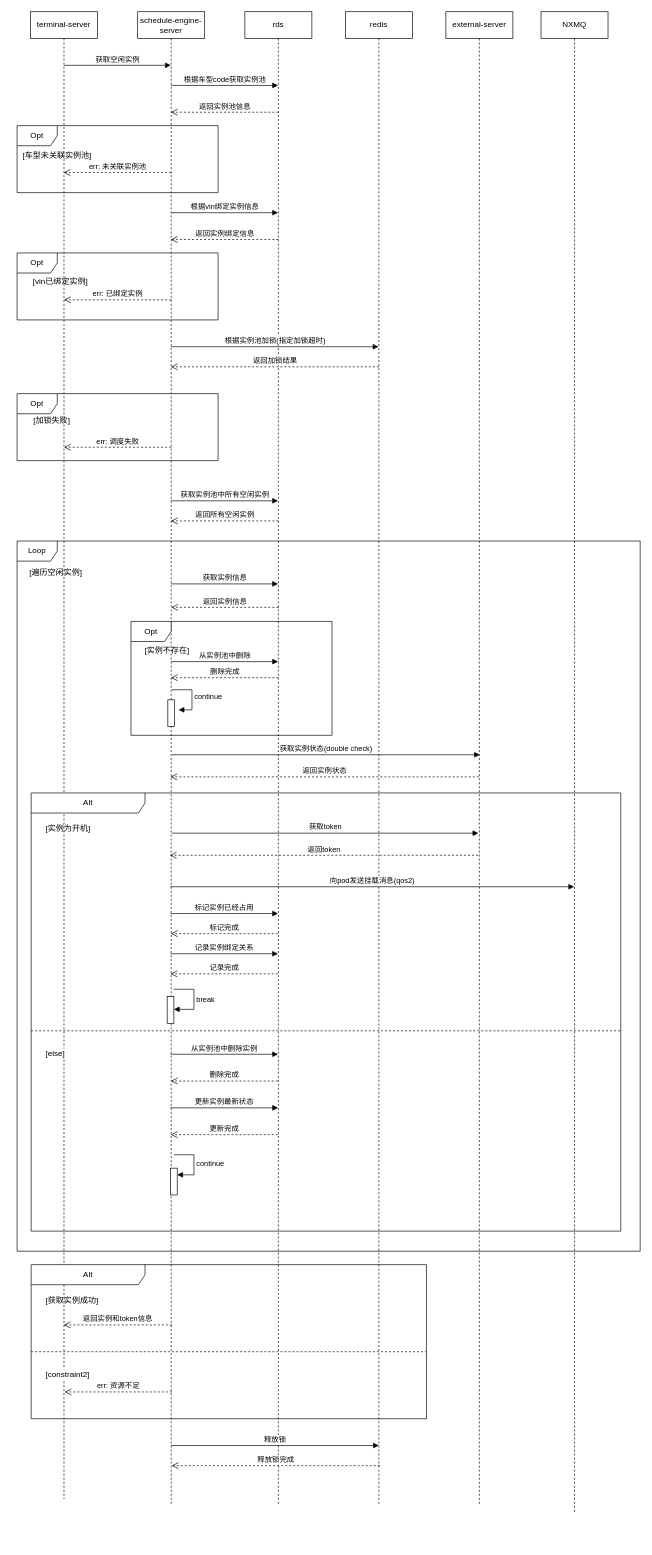
Earlier version of the draw.io diagram mbo/调度引擎-获取空闲实例.drawio (twomorehours/drawio-repo). Source tidied: cells renumbered, new cells numbered last; positions are measured from the earlier drawing's top-left corner, leaving out a move shared by most shapes. Both pictures are drawn from the tidied source at 67%, with x=0, y=0 at pixel (11, 11).
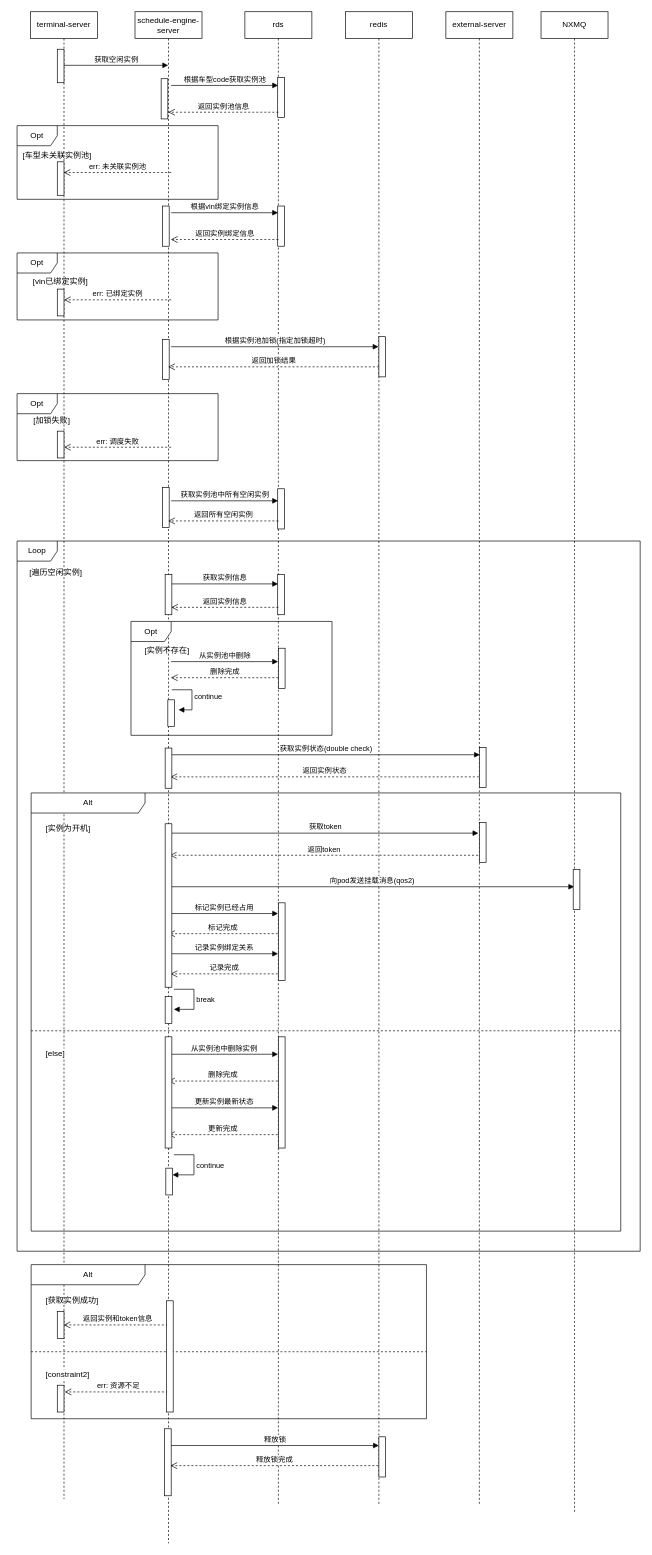
Above is the later version.

Commit message:
已添加 调度引擎-获取空闲实例.drawio

Unchanged cells that the change refers to:
```xml
<mxCell id="2" value="terminal-server" style="shape=umlLifeline;perimeter=lifelinePerimeter;whiteSpace=wrap;html=1;outlineConnect=0;portConstraint=eastwest;newEdgeStyle={&quot;curved&quot;:0,&quot;rounded&quot;:0};" parent="1" vertex="1">
  <mxGeometry x="28" width="100" height="2220" as="geometry" />
</mxCell>
<mxCell id="4" value="rds" style="shape=umlLifeline;perimeter=lifelinePerimeter;whiteSpace=wrap;html=1;outlineConnect=0;portConstraint=eastwest;newEdgeStyle={&quot;curved&quot;:0,&quot;rounded&quot;:0};" parent="1" vertex="1">
  <mxGeometry x="348" width="100" height="2230" as="geometry" />
</mxCell>
<mxCell id="5" value="redis" style="shape=umlLifeline;perimeter=lifelinePerimeter;whiteSpace=wrap;html=1;outlineConnect=0;portConstraint=eastwest;newEdgeStyle={&quot;curved&quot;:0,&quot;rounded&quot;:0};" parent="1" vertex="1">
  <mxGeometry x="498" width="100" height="2230" as="geometry" />
</mxCell>
<mxCell id="29" value="Alt" style="shape=umlFrame;whiteSpace=wrap;html=1;width=170;" parent="1" vertex="1">
  <mxGeometry x="29" y="1166" width="880" height="654" as="geometry" />
</mxCell>
<mxCell id="47" value="NXMQ" style="shape=umlLifeline;perimeter=lifelinePerimeter;whiteSpace=wrap;html=1;outlineConnect=0;portConstraint=eastwest;newEdgeStyle={&quot;curved&quot;:0,&quot;rounded&quot;:0};" parent="1" vertex="1">
  <mxGeometry x="790" width="100" height="2240" as="geometry" />
</mxCell>
<mxCell id="58" value="Alt" style="shape=umlFrame;whiteSpace=wrap;html=1;width=170;" parent="1" vertex="1">
  <mxGeometry x="29" y="1870" width="590" height="230" as="geometry" />
</mxCell>
```

Change to the diagram source:
```diff
@@
+    <mxCell id="63" style="html=1;perimeter=orthogonalPerimeter;targetShapes=umlLifeline;newEdgeStyle={&quot;curved&quot;:0,&quot;rounded&quot;:0};" parent="2" vertex="1">
+      <mxGeometry x="40" y="56" width="10" height="50" as="geometry" />
+    </mxCell>
     <mxCell id="3" value="schedule-engine-server" style="shape=umlLifeline;perimeter=lifelinePerimeter;whiteSpace=wrap;html=1;outlineConnect=0;portConstraint=eastwest;newEdgeStyle={&quot;curved&quot;:0,&quot;rounded&quot;:0};" parent="1" vertex="1">
-      <mxGeometry x="188" width="100" height="2230" as="geometry" />
+      <mxGeometry x="184" width="100" height="2286" as="geometry" />
     </mxCell>
+    <mxCell id="64" style="html=1;perimeter=orthogonalPerimeter;targetShapes=umlLifeline;newEdgeStyle={&quot;curved&quot;:0,&quot;rounded&quot;:0};" parent="3" vertex="1">
+      <mxGeometry x="39" y="100" width="10" height="60" as="geometry" />
+    </mxCell>
+    <mxCell id="65" style="html=1;perimeter=orthogonalPerimeter;targetShapes=umlLifeline;newEdgeStyle={&quot;curved&quot;:0,&quot;rounded&quot;:0};" parent="3" vertex="1">
+      <mxGeometry x="41" y="290" width="10" height="60" as="geometry" />
+    </mxCell>
+    <mxCell id="66" style="html=1;perimeter=orthogonalPerimeter;targetShapes=umlLifeline;newEdgeStyle={&quot;curved&quot;:0,&quot;rounded&quot;:0};" parent="3" vertex="1">
+      <mxGeometry x="41" y="489" width="10" height="60" as="geometry" />
+    </mxCell>
+    <mxCell id="67" style="html=1;perimeter=orthogonalPerimeter;targetShapes=umlLifeline;newEdgeStyle={&quot;curved&quot;:0,&quot;rounded&quot;:0};" parent="3" vertex="1">
+      <mxGeometry x="41" y="710" width="10" height="60" as="geometry" />
+    </mxCell>
+    <mxCell id="68" style="html=1;perimeter=orthogonalPerimeter;targetShapes=umlLifeline;newEdgeStyle={&quot;curved&quot;:0,&quot;rounded&quot;:0};" parent="3" vertex="1">
+      <mxGeometry x="44" y="2115" width="10" height="100" as="geometry" />
+    </mxCell>
@@
+    <mxCell id="69" style="html=1;perimeter=orthogonalPerimeter;targetShapes=umlLifeline;newEdgeStyle={&quot;curved&quot;:0,&quot;rounded&quot;:0};" parent="4" vertex="1">
+      <mxGeometry x="49" y="98" width="10" height="60" as="geometry" />
+    </mxCell>
+    <mxCell id="70" style="html=1;perimeter=orthogonalPerimeter;targetShapes=umlLifeline;newEdgeStyle={&quot;curved&quot;:0,&quot;rounded&quot;:0};" parent="4" vertex="1">
+      <mxGeometry x="49" y="290" width="10" height="60" as="geometry" />
+    </mxCell>
+    <mxCell id="71" style="html=1;perimeter=orthogonalPerimeter;targetShapes=umlLifeline;newEdgeStyle={&quot;curved&quot;:0,&quot;rounded&quot;:0};" parent="4" vertex="1">
+      <mxGeometry x="49" y="712" width="10" height="60" as="geometry" />
+    </mxCell>
+    <mxCell id="72" style="html=1;perimeter=orthogonalPerimeter;targetShapes=umlLifeline;newEdgeStyle={&quot;curved&quot;:0,&quot;rounded&quot;:0};" parent="4" vertex="1">
+      <mxGeometry x="49" y="840" width="10" height="60" as="geometry" />
+    </mxCell>
@@
+    <mxCell id="73" style="html=1;perimeter=orthogonalPerimeter;targetShapes=umlLifeline;newEdgeStyle={&quot;curved&quot;:0,&quot;rounded&quot;:0};" parent="5" vertex="1">
+      <mxGeometry x="50" y="485" width="10" height="60" as="geometry" />
+    </mxCell>
+    <mxCell id="74" style="html=1;perimeter=orthogonalPerimeter;targetShapes=umlLifeline;newEdgeStyle={&quot;curved&quot;:0,&quot;rounded&quot;:0};" parent="5" vertex="1">
+      <mxGeometry x="50" y="2127" width="10" height="60" as="geometry" />
+    </mxCell>
@@
     <mxCell id="10" value="Opt" style="shape=umlFrame;whiteSpace=wrap;html=1;" parent="1" vertex="1">
-      <mxGeometry x="8" y="170" width="300" height="100" as="geometry" />
+      <mxGeometry x="8" y="170" width="300" height="110" as="geometry" />
     </mxCell>
@@
     <mxCell id="43" style="html=1;points=[[0,0,0,0,5],[0,1,0,0,-5],[1,0,0,0,5],[1,1,0,0,-5]];perimeter=orthogonalPerimeter;outlineConnect=0;targetShapes=umlLifeline;portConstraint=eastwest;newEdgeStyle={&quot;curved&quot;:0,&quot;rounded&quot;:0};" parent="29" vertex="1">
-      <mxGeometry x="208" y="560" width="10" height="40" as="geometry" />
+      <mxGeometry x="201" y="560" width="10" height="40" as="geometry" />
     </mxCell>
@@
     <mxCell id="45" style="html=1;perimeter=orthogonalPerimeter;targetShapes=umlLifeline;newEdgeStyle={&quot;curved&quot;:0,&quot;rounded&quot;:0};" parent="29" vertex="1">
-      <mxGeometry x="203" y="304" width="10" height="40" as="geometry" />
+      <mxGeometry x="200" y="304" width="10" height="40" as="geometry" />
     </mxCell>
@@
+    <mxCell id="75" style="html=1;perimeter=orthogonalPerimeter;targetShapes=umlLifeline;newEdgeStyle={&quot;curved&quot;:0,&quot;rounded&quot;:0};" parent="29" vertex="1">
+      <mxGeometry x="200" y="46" width="10" height="244" as="geometry" />
+    </mxCell>
+    <mxCell id="76" style="html=1;perimeter=orthogonalPerimeter;targetShapes=umlLifeline;newEdgeStyle={&quot;curved&quot;:0,&quot;rounded&quot;:0};" parent="29" vertex="1">
+      <mxGeometry x="200" y="364" width="10" height="166" as="geometry" />
+    </mxCell>
+    <mxCell id="77" style="html=1;perimeter=orthogonalPerimeter;targetShapes=umlLifeline;newEdgeStyle={&quot;curved&quot;:0,&quot;rounded&quot;:0};" parent="29" vertex="1">
+      <mxGeometry x="369" y="164" width="10" height="116" as="geometry" />
+    </mxCell>
+    <mxCell id="78" style="html=1;perimeter=orthogonalPerimeter;targetShapes=umlLifeline;newEdgeStyle={&quot;curved&quot;:0,&quot;rounded&quot;:0};" parent="29" vertex="1">
+      <mxGeometry x="369" y="364" width="10" height="166" as="geometry" />
+    </mxCell>
+    <mxCell id="79" style="html=1;perimeter=orthogonalPerimeter;targetShapes=umlLifeline;newEdgeStyle={&quot;curved&quot;:0,&quot;rounded&quot;:0};" parent="29" vertex="1">
+      <mxGeometry x="669" y="44" width="10" height="60" as="geometry" />
+    </mxCell>
@@
+    <mxCell id="80" style="html=1;perimeter=orthogonalPerimeter;targetShapes=umlLifeline;newEdgeStyle={&quot;curved&quot;:0,&quot;rounded&quot;:0};" parent="47" vertex="1">
+      <mxGeometry x="48" y="1280" width="10" height="60" as="geometry" />
+    </mxCell>
@@
     <mxCell id="57" value="释放锁完成" style="html=1;verticalAlign=bottom;endArrow=open;dashed=1;endSize=8;curved=0;rounded=0;" parent="1" edge="1">
       <mxGeometry relative="1" as="geometry">
-        <mxPoint x="549.2" y="2170" as="sourcePoint" />
-        <mxPoint x="238.8" y="2170" as="targetPoint" />
+        <mxPoint x="547.2" y="2170" as="sourcePoint" />
+        <mxPoint x="236.8" y="2170" as="targetPoint" />
       </mxGeometry>
     </mxCell>
@@
+    <mxCell id="81" style="html=1;perimeter=orthogonalPerimeter;targetShapes=umlLifeline;newEdgeStyle={&quot;curved&quot;:0,&quot;rounded&quot;:0};" parent="58" vertex="1">
+      <mxGeometry x="39" y="70" width="10" height="40" as="geometry" />
+    </mxCell>
+    <mxCell id="82" style="html=1;perimeter=orthogonalPerimeter;targetShapes=umlLifeline;newEdgeStyle={&quot;curved&quot;:0,&quot;rounded&quot;:0};" parent="58" vertex="1">
+      <mxGeometry x="39" y="180" width="10" height="40" as="geometry" />
+    </mxCell>
+    <mxCell id="83" style="html=1;perimeter=orthogonalPerimeter;targetShapes=umlLifeline;newEdgeStyle={&quot;curved&quot;:0,&quot;rounded&quot;:0};" parent="58" vertex="1">
+      <mxGeometry x="202" y="54" width="10" height="166" as="geometry" />
+    </mxCell>
+    <mxCell id="84" style="html=1;perimeter=orthogonalPerimeter;targetShapes=umlLifeline;newEdgeStyle={&quot;curved&quot;:0,&quot;rounded&quot;:0};" parent="1" vertex="1">
+      <mxGeometry x="68" y="224" width="10" height="50" as="geometry" />
+    </mxCell>
+    <mxCell id="85" style="html=1;perimeter=orthogonalPerimeter;targetShapes=umlLifeline;newEdgeStyle={&quot;curved&quot;:0,&quot;rounded&quot;:0};" parent="1" vertex="1">
+      <mxGeometry x="68" y="414" width="10" height="40" as="geometry" />
+    </mxCell>
+    <mxCell id="86" style="html=1;perimeter=orthogonalPerimeter;targetShapes=umlLifeline;newEdgeStyle={&quot;curved&quot;:0,&quot;rounded&quot;:0};" parent="1" vertex="1">
+      <mxGeometry x="68" y="626" width="10" height="40" as="geometry" />
+    </mxCell>
+    <mxCell id="87" style="html=1;perimeter=orthogonalPerimeter;targetShapes=umlLifeline;newEdgeStyle={&quot;curved&quot;:0,&quot;rounded&quot;:0};" parent="1" vertex="1">
+      <mxGeometry x="229" y="840" width="10" height="60" as="geometry" />
+    </mxCell>
+    <mxCell id="88" style="html=1;perimeter=orthogonalPerimeter;targetShapes=umlLifeline;newEdgeStyle={&quot;curved&quot;:0,&quot;rounded&quot;:0};" parent="1" vertex="1">
+      <mxGeometry x="229" y="1099" width="10" height="60" as="geometry" />
+    </mxCell>
+    <mxCell id="89" style="html=1;perimeter=orthogonalPerimeter;targetShapes=umlLifeline;newEdgeStyle={&quot;curved&quot;:0,&quot;rounded&quot;:0};" parent="1" vertex="1">
+      <mxGeometry x="398" y="950" width="10" height="60" as="geometry" />
+    </mxCell>
+    <mxCell id="90" style="html=1;perimeter=orthogonalPerimeter;targetShapes=umlLifeline;newEdgeStyle={&quot;curved&quot;:0,&quot;rounded&quot;:0};" parent="1" vertex="1">
+      <mxGeometry x="698" y="1098" width="10" height="60" as="geometry" />
+    </mxCell>
```
